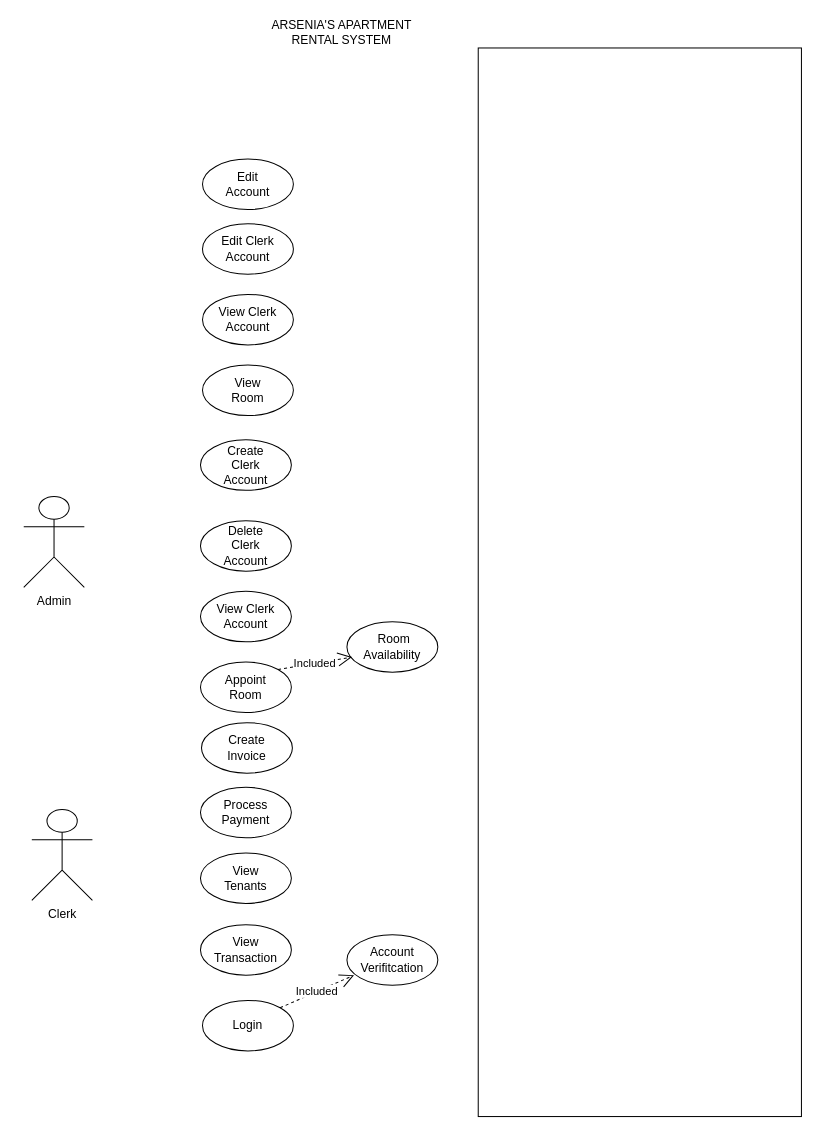
Beskiit/DIAGRAMS keeps this draw.io diagram as USE CASE.drawio. Above is the earlier version. Source tidied: cells renumbered, new cells numbered last; positions are measured from the earlier drawing's top-left corner, leaving out a move shared by most shapes. Both pictures are drawn from the tidied source at 101%, with x=0, y=0 at pixel (23, 17).
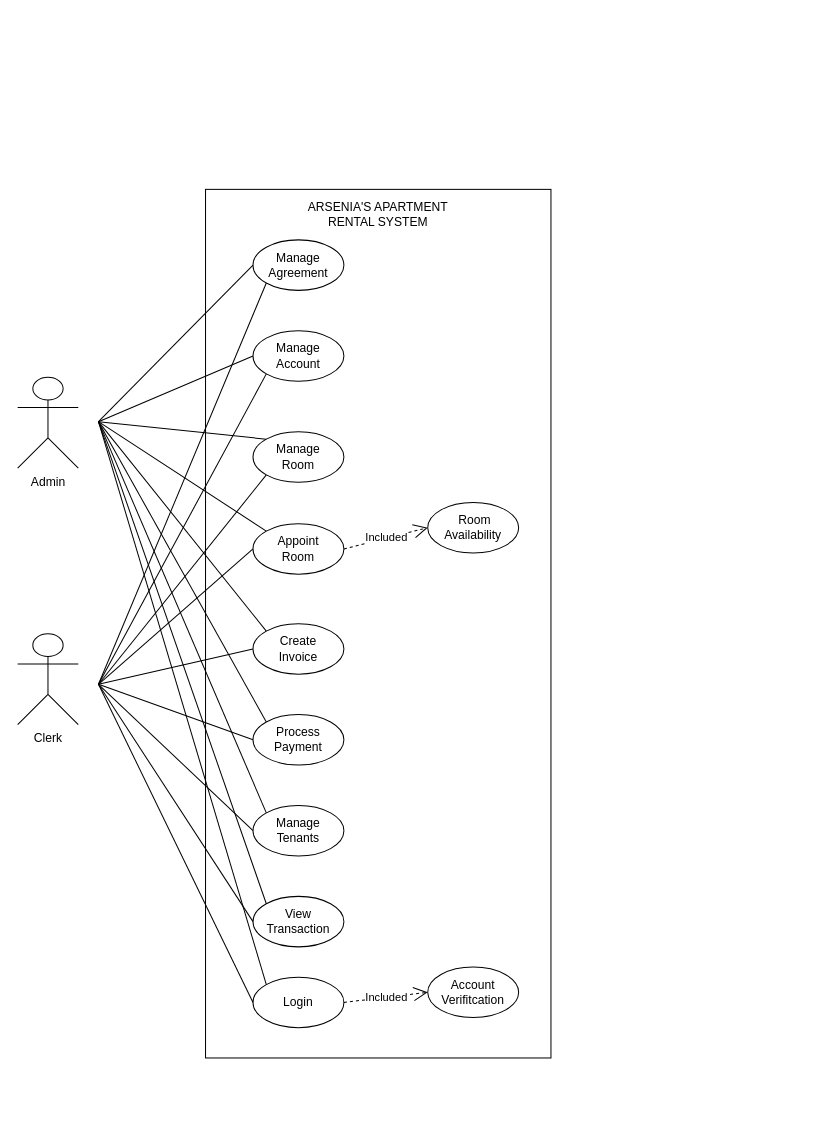
The same page after the edit.

The edit, as a diff of the source:
```diff
@@
     <mxCell id="2" style="rounded=0;whiteSpace=wrap;html=1;" parent="1" vertex="1">
-      <mxGeometry x="450" y="30" width="320" height="1058" as="geometry" />
+      <mxGeometry x="180" y="170" width="342" height="860" as="geometry" />
     </mxCell>
     <mxCell id="3" value="Admin" style="shape=umlActor;verticalLabelPosition=bottom;verticalAlign=top;html=1;" parent="1" vertex="1">
-      <mxGeometry y="474" width="60" height="90" as="geometry" />
+      <mxGeometry x="-6" y="356" width="60" height="90" as="geometry" />
     </mxCell>
     <mxCell id="4" value="Clerk" style="shape=umlActor;verticalLabelPosition=bottom;verticalAlign=top;html=1;" parent="1" vertex="1">
-      <mxGeometry x="8" y="784" width="60" height="90" as="geometry" />
+      <mxGeometry x="-6" y="610" width="60" height="90" as="geometry" />
     </mxCell>
     <mxCell id="5" style="ellipse;whiteSpace=wrap;html=1;" parent="1" vertex="1">
-      <mxGeometry x="175" y="898" width="90" height="50" as="geometry" />
+      <mxGeometry x="227" y="870" width="90" height="50" as="geometry" />
     </mxCell>
     <mxCell id="6" value="View Transaction" style="text;html=1;align=center;verticalAlign=middle;whiteSpace=wrap;rounded=0;" parent="1" vertex="1">
-      <mxGeometry x="190" y="908" width="60" height="30" as="geometry" />
+      <mxGeometry x="242" y="880" width="60" height="30" as="geometry" />
     </mxCell>
     <mxCell id="7" style="ellipse;whiteSpace=wrap;html=1;" parent="1" vertex="1">
-      <mxGeometry x="175" y="638" width="90" height="50" as="geometry" />
+      <mxGeometry x="227" y="501" width="90" height="50" as="geometry" />
     </mxCell>
     <mxCell id="8" value="Appoint Room" style="text;html=1;align=center;verticalAlign=middle;whiteSpace=wrap;rounded=0;" parent="1" vertex="1">
-      <mxGeometry x="190" y="648" width="60" height="30" as="geometry" />
+      <mxGeometry x="242" y="511" width="60" height="30" as="geometry" />
     </mxCell>
     <mxCell id="9" style="ellipse;whiteSpace=wrap;html=1;" parent="1" vertex="1">
-      <mxGeometry x="176" y="698" width="90" height="50" as="geometry" />
+      <mxGeometry x="227" y="600" width="90" height="50" as="geometry" />
     </mxCell>
     <mxCell id="10" value="Create Invoice" style="text;html=1;align=center;verticalAlign=middle;whiteSpace=wrap;rounded=0;" parent="1" vertex="1">
-      <mxGeometry x="191" y="708" width="60" height="30" as="geometry" />
+      <mxGeometry x="242" y="610" width="60" height="30" as="geometry" />
     </mxCell>
     <mxCell id="11" style="ellipse;whiteSpace=wrap;html=1;" parent="1" vertex="1">
-      <mxGeometry x="175" y="827" width="90" height="50" as="geometry" />
+      <mxGeometry x="227" y="780" width="90" height="50" as="geometry" />
     </mxCell>
-    <mxCell id="12" value="View Tenants" style="text;html=1;align=center;verticalAlign=middle;whiteSpace=wrap;rounded=0;" parent="1" vertex="1">
-      <mxGeometry x="190" y="837" width="60" height="30" as="geometry" />
+    <mxCell id="12" value="Manage Tenants" style="text;html=1;align=center;verticalAlign=middle;whiteSpace=wrap;rounded=0;" parent="1" vertex="1">
+      <mxGeometry x="242" y="790" width="60" height="30" as="geometry" />
     </mxCell>
     <mxCell id="13" style="ellipse;whiteSpace=wrap;html=1;" parent="1" vertex="1">
-      <mxGeometry x="177" y="973" width="90" height="50" as="geometry" />
+      <mxGeometry x="227" y="950" width="90" height="50" as="geometry" />
     </mxCell>
     <mxCell id="14" value="Login" style="text;html=1;align=center;verticalAlign=middle;whiteSpace=wrap;rounded=0;" parent="1" vertex="1">
-      <mxGeometry x="192" y="983" width="60" height="30" as="geometry" />
+      <mxGeometry x="242" y="960" width="60" height="30" as="geometry" />
     </mxCell>
     <mxCell id="15" style="ellipse;whiteSpace=wrap;html=1;" parent="1" vertex="1">
-      <mxGeometry x="320" y="598" width="90" height="50" as="geometry" />
+      <mxGeometry x="400" y="480" width="90" height="50" as="geometry" />
     </mxCell>
     <mxCell id="16" value="&amp;nbsp;Room Availability" style="text;html=1;align=center;verticalAlign=middle;whiteSpace=wrap;rounded=0;" parent="1" vertex="1">
-      <mxGeometry x="335" y="608" width="60" height="30" as="geometry" />
+      <mxGeometry x="415" y="490" width="60" height="30" as="geometry" />
     </mxCell>
     <mxCell id="17" style="ellipse;whiteSpace=wrap;html=1;" parent="1" vertex="1">
-      <mxGeometry x="320" y="908" width="90" height="50" as="geometry" />
+      <mxGeometry x="400" y="940" width="90" height="50" as="geometry" />
     </mxCell>
     <mxCell id="18" value="Account Verifitcation" style="text;html=1;align=center;verticalAlign=middle;whiteSpace=wrap;rounded=0;" parent="1" vertex="1">
-      <mxGeometry x="335" y="918" width="60" height="30" as="geometry" />
+      <mxGeometry x="415" y="950" width="60" height="30" as="geometry" />
     </mxCell>
-    <mxCell id="19" style="ellipse;whiteSpace=wrap;html=1;" parent="1" vertex="1">
-      <mxGeometry x="175" y="418" width="90" height="50" as="geometry" />
-    </mxCell>
-    <mxCell id="20" value="Create Clerk Account" style="text;html=1;align=center;verticalAlign=middle;whiteSpace=wrap;rounded=0;" parent="1" vertex="1">
-      <mxGeometry x="190" y="428" width="60" height="30" as="geometry" />
-    </mxCell>
-    <mxCell id="21" style="ellipse;whiteSpace=wrap;html=1;" parent="1" vertex="1">
-      <mxGeometry x="175" y="498" width="90" height="50" as="geometry" />
-    </mxCell>
-    <mxCell id="22" value="Delete Clerk Account" style="text;html=1;align=center;verticalAlign=middle;whiteSpace=wrap;rounded=0;" parent="1" vertex="1">
-      <mxGeometry x="190" y="508" width="60" height="30" as="geometry" />
-    </mxCell>
-    <mxCell id="23" value="Included" style="endArrow=open;endSize=12;dashed=1;html=1;rounded=0;entryX=0;entryY=0.5;entryDx=0;entryDy=0;exitX=1;exitY=0;exitDx=0;exitDy=0;" parent="1" edge="1" source="7">
-      <mxGeometry relative="1" as="geometry">
-        <mxPoint x="325" y="633" as="targetPoint" />
-      </mxGeometry>
+    <mxCell id="23" value="Included" style="endArrow=open;endSize=12;dashed=1;html=1;rounded=0;entryX=0;entryY=0.5;entryDx=0;entryDy=0;exitX=1;exitY=0.5;exitDx=0;exitDy=0;" parent="1" edge="1" source="7" target="15">
+      <mxGeometry relative="1" as="geometry" />
     </mxCell>
-    <mxCell id="24" value="Included" style="endArrow=open;endSize=12;dashed=1;html=1;rounded=0;entryX=0;entryY=0.5;entryDx=0;entryDy=0;exitX=1;exitY=0;exitDx=0;exitDy=0;" parent="1" edge="1" source="13">
-      <mxGeometry relative="1" as="geometry">
-        <mxPoint x="327" y="948" as="targetPoint" />
-      </mxGeometry>
+    <mxCell id="24" value="Included" style="endArrow=open;endSize=12;dashed=1;html=1;rounded=0;entryX=0;entryY=0.5;entryDx=0;entryDy=0;exitX=1;exitY=0.5;exitDx=0;exitDy=0;" parent="1" edge="1" source="13" target="17">
+      <mxGeometry relative="1" as="geometry" />
     </mxCell>
     <mxCell id="25" value="ARSENIA'S APARTMENT RENTAL SYSTEM" style="text;html=1;align=center;verticalAlign=middle;whiteSpace=wrap;rounded=0;" parent="1" vertex="1">
-      <mxGeometry x="220" width="190" height="30" as="geometry" />
+      <mxGeometry x="256" y="180" width="190" height="30" as="geometry" />
     </mxCell>
     <mxCell id="26" style="ellipse;whiteSpace=wrap;html=1;" parent="1" vertex="1">
-      <mxGeometry x="175" y="762" width="90" height="50" as="geometry" />
+      <mxGeometry x="227" y="690" width="90" height="50" as="geometry" />
     </mxCell>
     <mxCell id="27" value="Process Payment" style="text;html=1;align=center;verticalAlign=middle;whiteSpace=wrap;rounded=0;" parent="1" vertex="1">
-      <mxGeometry x="190" y="772" width="60" height="30" as="geometry" />
+      <mxGeometry x="242" y="700" width="60" height="30" as="geometry" />
     </mxCell>
-    <mxCell id="28" style="ellipse;whiteSpace=wrap;html=1;" parent="1" vertex="1">
-      <mxGeometry x="175" y="568" width="90" height="50" as="geometry" />
-    </mxCell>
-    <mxCell id="29" value="View Clerk Account" style="text;html=1;align=center;verticalAlign=middle;whiteSpace=wrap;rounded=0;" parent="1" vertex="1">
-      <mxGeometry x="190" y="578" width="60" height="30" as="geometry" />
-    </mxCell>
     <mxCell id="30" style="ellipse;whiteSpace=wrap;html=1;" parent="1" vertex="1">
-      <mxGeometry x="177" y="344" width="90" height="50" as="geometry" />
+      <mxGeometry x="227" y="410" width="90" height="50" as="geometry" />
     </mxCell>
-    <mxCell id="31" value="View Room" style="text;html=1;align=center;verticalAlign=middle;whiteSpace=wrap;rounded=0;" parent="1" vertex="1">
-      <mxGeometry x="192" y="354" width="60" height="30" as="geometry" />
+    <mxCell id="31" value="Manage Room" style="text;html=1;align=center;verticalAlign=middle;whiteSpace=wrap;rounded=0;" parent="1" vertex="1">
+      <mxGeometry x="242" y="420" width="60" height="30" as="geometry" />
     </mxCell>
     <mxCell id="32" style="ellipse;whiteSpace=wrap;html=1;" parent="1" vertex="1">
-      <mxGeometry x="177" y="274" width="90" height="50" as="geometry" />
+      <mxGeometry x="227" y="310" width="90" height="50" as="geometry" />
     </mxCell>
-    <mxCell id="33" value="View Clerk Account" style="text;html=1;align=center;verticalAlign=middle;whiteSpace=wrap;rounded=0;" parent="1" vertex="1">
-      <mxGeometry x="192" y="284" width="60" height="30" as="geometry" />
+    <mxCell id="33" value="Manage Account" style="text;html=1;align=center;verticalAlign=middle;whiteSpace=wrap;rounded=0;" parent="1" vertex="1">
+      <mxGeometry x="242" y="320" width="60" height="30" as="geometry" />
     </mxCell>
-    <mxCell id="34" style="ellipse;whiteSpace=wrap;html=1;" parent="1" vertex="1">
-      <mxGeometry x="177" y="204" width="90" height="50" as="geometry" />
-    </mxCell>
-    <mxCell id="35" value="Edit Clerk Account" style="text;html=1;align=center;verticalAlign=middle;whiteSpace=wrap;rounded=0;" parent="1" vertex="1">
-      <mxGeometry x="192" y="214" width="60" height="30" as="geometry" />
-    </mxCell>
-    <mxCell id="36" style="ellipse;whiteSpace=wrap;html=1;" parent="1" vertex="1">
-      <mxGeometry x="177" y="140" width="90" height="50" as="geometry" />
-    </mxCell>
-    <mxCell id="37" value="Edit Account" style="text;html=1;align=center;verticalAlign=middle;whiteSpace=wrap;rounded=0;" parent="1" vertex="1">
-      <mxGeometry x="192" y="150" width="60" height="30" as="geometry" />
-    </mxCell>
+    <mxCell id="38" style="ellipse;whiteSpace=wrap;html=1;" parent="1" vertex="1">
+      <mxGeometry x="227" y="220" width="90" height="50" as="geometry" />
+    </mxCell>
+    <mxCell id="39" value="Manage Agreement" style="text;html=1;align=center;verticalAlign=middle;whiteSpace=wrap;rounded=0;" parent="1" vertex="1">
+      <mxGeometry x="242" y="230" width="60" height="30" as="geometry" />
+    </mxCell>
+    <mxCell id="40" style="endArrow=none;html=1;rounded=0;entryX=0;entryY=0.5;entryDx=0;entryDy=0;" parent="1" edge="1" target="38">
+      <mxGeometry relative="1" as="geometry">
+        <mxPoint x="74" y="400" as="sourcePoint" />
+      </mxGeometry>
+    </mxCell>
+    <mxCell id="41" style="endArrow=none;html=1;rounded=0;entryX=0;entryY=0.5;entryDx=0;entryDy=0;" parent="1" edge="1" target="32">
+      <mxGeometry relative="1" as="geometry">
+        <mxPoint x="74" y="400" as="sourcePoint" />
+      </mxGeometry>
+    </mxCell>
+    <mxCell id="42" style="endArrow=none;html=1;rounded=0;entryX=0;entryY=0;entryDx=0;entryDy=0;" parent="1" edge="1" target="30">
+      <mxGeometry relative="1" as="geometry">
+        <mxPoint x="74" y="400" as="sourcePoint" />
+      </mxGeometry>
+    </mxCell>
+    <mxCell id="43" style="endArrow=none;html=1;rounded=0;entryX=0;entryY=0;entryDx=0;entryDy=0;" parent="1" edge="1" target="7">
+      <mxGeometry relative="1" as="geometry">
+        <mxPoint x="74" y="400" as="sourcePoint" />
+      </mxGeometry>
+    </mxCell>
+    <mxCell id="44" style="endArrow=none;html=1;rounded=0;entryX=0;entryY=0;entryDx=0;entryDy=0;" parent="1" edge="1" target="9">
+      <mxGeometry relative="1" as="geometry">
+        <mxPoint x="74" y="400" as="sourcePoint" />
+      </mxGeometry>
+    </mxCell>
+    <mxCell id="45" style="endArrow=none;html=1;rounded=0;entryX=0;entryY=0;entryDx=0;entryDy=0;" parent="1" edge="1" target="26">
+      <mxGeometry relative="1" as="geometry">
+        <mxPoint x="74" y="400" as="sourcePoint" />
+      </mxGeometry>
+    </mxCell>
+    <mxCell id="46" style="endArrow=none;html=1;rounded=0;entryX=0;entryY=0;entryDx=0;entryDy=0;" parent="1" edge="1" target="11">
+      <mxGeometry relative="1" as="geometry">
+        <mxPoint x="74" y="400" as="sourcePoint" />
+      </mxGeometry>
+    </mxCell>
+    <mxCell id="47" style="endArrow=none;html=1;rounded=0;entryX=0;entryY=0;entryDx=0;entryDy=0;" parent="1" edge="1" target="5">
+      <mxGeometry relative="1" as="geometry">
+        <mxPoint x="74" y="400" as="sourcePoint" />
+      </mxGeometry>
+    </mxCell>
+    <mxCell id="48" style="endArrow=none;html=1;rounded=0;entryX=0;entryY=0;entryDx=0;entryDy=0;" parent="1" edge="1" target="13">
+      <mxGeometry relative="1" as="geometry">
+        <mxPoint x="74" y="400" as="sourcePoint" />
+      </mxGeometry>
+    </mxCell>
+    <mxCell id="49" style="endArrow=none;html=1;rounded=0;entryX=0;entryY=0.5;entryDx=0;entryDy=0;" parent="1" edge="1" target="13">
+      <mxGeometry relative="1" as="geometry">
+        <mxPoint x="74" y="660" as="sourcePoint" />
+      </mxGeometry>
+    </mxCell>
+    <mxCell id="50" style="endArrow=none;html=1;rounded=0;entryX=0;entryY=0.5;entryDx=0;entryDy=0;" parent="1" edge="1" target="5">
+      <mxGeometry relative="1" as="geometry">
+        <mxPoint x="74" y="660" as="sourcePoint" />
+      </mxGeometry>
+    </mxCell>
+    <mxCell id="51" style="endArrow=none;html=1;rounded=0;entryX=0;entryY=0.5;entryDx=0;entryDy=0;" parent="1" edge="1" target="11">
+      <mxGeometry relative="1" as="geometry">
+        <mxPoint x="74" y="660" as="sourcePoint" />
+      </mxGeometry>
+    </mxCell>
+    <mxCell id="52" style="endArrow=none;html=1;rounded=0;entryX=0;entryY=0.5;entryDx=0;entryDy=0;" parent="1" edge="1" target="26">
+      <mxGeometry relative="1" as="geometry">
+        <mxPoint x="74" y="660" as="sourcePoint" />
+      </mxGeometry>
+    </mxCell>
+    <mxCell id="53" style="endArrow=none;html=1;rounded=0;entryX=0;entryY=0.5;entryDx=0;entryDy=0;" parent="1" edge="1" target="9">
+      <mxGeometry relative="1" as="geometry">
+        <mxPoint x="74" y="660" as="sourcePoint" />
+      </mxGeometry>
+    </mxCell>
+    <mxCell id="54" style="endArrow=none;html=1;rounded=0;entryX=0;entryY=0.5;entryDx=0;entryDy=0;" parent="1" edge="1" target="7">
+      <mxGeometry relative="1" as="geometry">
+        <mxPoint x="74" y="660" as="sourcePoint" />
+      </mxGeometry>
+    </mxCell>
+    <mxCell id="55" style="endArrow=none;html=1;rounded=0;entryX=0;entryY=1;entryDx=0;entryDy=0;" parent="1" edge="1" target="30">
+      <mxGeometry relative="1" as="geometry">
+        <mxPoint x="74" y="660" as="sourcePoint" />
+      </mxGeometry>
+    </mxCell>
+    <mxCell id="56" style="endArrow=none;html=1;rounded=0;entryX=0;entryY=1;entryDx=0;entryDy=0;" parent="1" edge="1" target="32">
+      <mxGeometry relative="1" as="geometry">
+        <mxPoint x="74" y="660" as="sourcePoint" />
+      </mxGeometry>
+    </mxCell>
+    <mxCell id="57" style="endArrow=none;html=1;rounded=0;entryX=0;entryY=1;entryDx=0;entryDy=0;" parent="1" edge="1" target="38">
+      <mxGeometry relative="1" as="geometry">
+        <mxPoint x="74" y="660" as="sourcePoint" />
+      </mxGeometry>
+    </mxCell>
```
